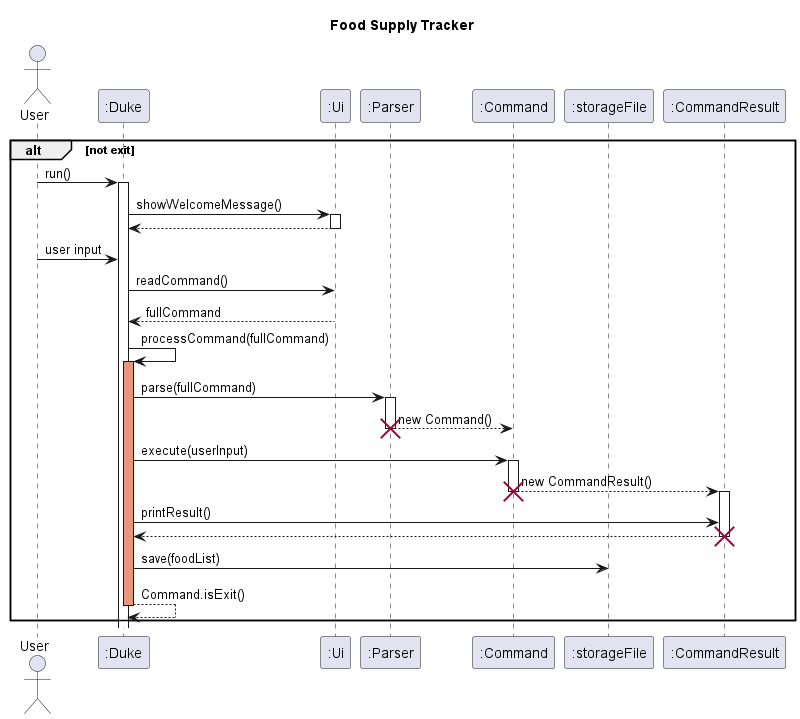
Before: docs/images/SequenceDiagram-Food_Supply_Tracker.png, a diagram exported from PlantUML (tsx0314/tp).
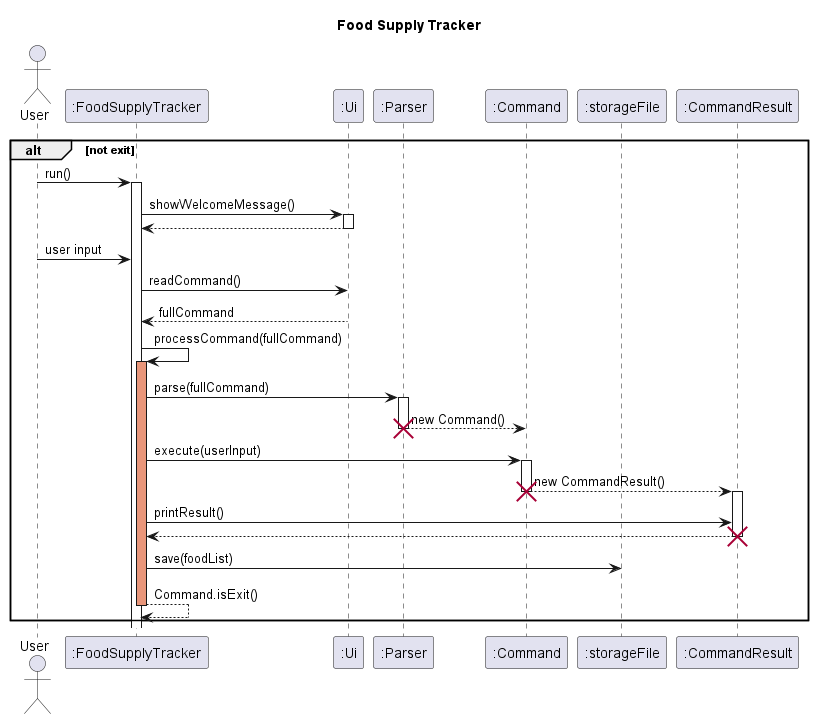
After the change.

The edit, as a diff of the source:
```diff
@@ -2,31 +2,31 @@
 title Food Supply Tracker
 
 actor User
-participant ":Duke"
+participant ":FoodSupplyTracker"
 participant ":Ui"
 participant ":Parser"
 participant ":Command"
 participant ":storageFile"
 
 alt not exit
-User -> ":Duke": run()
-activate ":Duke"
-":Duke" -> ":Ui": showWelcomeMessage()
+User -> ":FoodSupplyTracker": run()
+activate ":FoodSupplyTracker"
+":FoodSupplyTracker" -> ":Ui": showWelcomeMessage()
 activate ":Ui"
-":Ui" --> ":Duke":
+":Ui" --> ":FoodSupplyTracker":
 deactivate ":Ui"
-User -> ":Duke": user input
-":Duke" -> ":Ui": readCommand()
-":Ui" --> ":Duke":fullCommand
+User -> ":FoodSupplyTracker": user input
+":FoodSupplyTracker" -> ":Ui": readCommand()
+":Ui" --> ":FoodSupplyTracker":fullCommand
 
-":Duke" -> ":Duke": processCommand(fullCommand)
-activate ":Duke" #DarkSalmon
-":Duke" -> ":Parser" : parse(fullCommand)
+":FoodSupplyTracker" -> ":FoodSupplyTracker": processCommand(fullCommand)
+activate ":FoodSupplyTracker" #DarkSalmon
+":FoodSupplyTracker" -> ":Parser" : parse(fullCommand)
 activate ":Parser"
 ":Parser" --> ":Command": new Command()
 deactivate ":Parser"
 destroy ":Parser"
-":Duke" -> ":Command": execute(userInput)
+":FoodSupplyTracker" -> ":Command": execute(userInput)
 activate ":Command"
 
 participant ":CommandResult"
@@ -34,12 +34,12 @@
 deactivate ":Command"
 destroy ":Command"
 activate ":CommandResult"
-":Duke"->":CommandResult": printResult()
-":CommandResult" --> ":Duke"
+":FoodSupplyTracker"->":CommandResult": printResult()
+":CommandResult" --> ":FoodSupplyTracker"
 deactivate ":CommandResult"
 destroy  ":CommandResult"
-":Duke" -> ":storageFile": save(foodList)
-":Duke" --> ":Duke": Command.isExit()
-deactivate ":Duke"
+":FoodSupplyTracker" -> ":storageFile": save(foodList)
+":FoodSupplyTracker" --> ":FoodSupplyTracker": Command.isExit()
+deactivate ":FoodSupplyTracker"
 end
 @enduml
```
